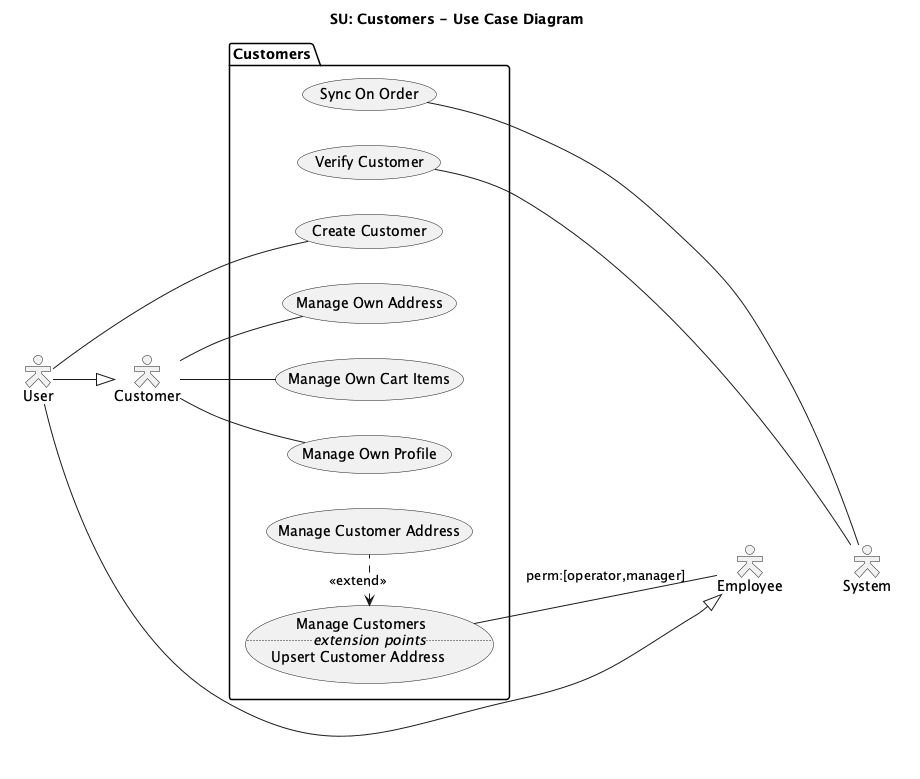
The PlantUML diagram docs/diagrams/exports/use-case-customers.png in draganovik/matterway, before a commit.
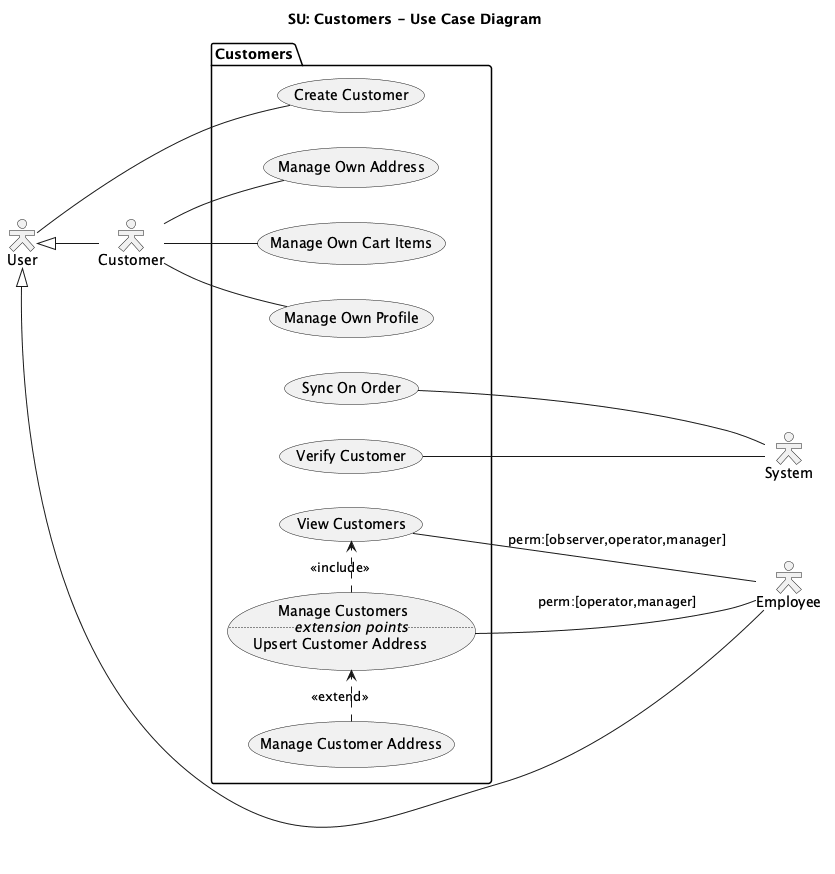
Later version of the same file.

Diff of the diagram source:
```diff
@@ -4,33 +4,38 @@
 skinparam shadowing false
 skinparam actorStyle hollow
 
-rectangle #line:transparent {
+together {
   actor user as "User"
   actor csmr as "Customer"
 }
-rectangle #line:transparent {
+together  {
   actor empl as "Employee"
   actor sysm as "System"
-  empl -[hidden]- sysm
+  sysm -[hidden]l- empl
 }
 
-user --|> csmr
-user --|> empl
+user <|-- csmr
+user <|-- empl
 
 package "Customers" {
+  together {
+    usecase syncOnOrder as "Sync On Order"
+    usecase verifyCustomer as "Verify Customer"
+  }
+
   usecase createCustomer as "Create Customer"
   usecase manageOwnProfile as "Manage Own Profile"
   usecase manageOwnAddress as "Manage Own Address"
   usecase manageOwnCartItems as "Manage Own Cart Items"
 
-  usecase syncOnOrder as "Sync On Order"
-  usecase verifyCustomer as "Verify Customer"
-
   usecase manageCustomers as "Manage Customers
                               ..<i>extension points</i>..
                               Upsert Customer Address"
+  usecase viewCustomers as "View Customers"
   usecase manageCustomerAddress as "Manage Customer Address"
-  manageCustomerAddress .left.> manageCustomers : <<extend>>
+
+  manageCustomerAddress .r.> manageCustomers : <<extend>>
+  manageCustomers .r.> viewCustomers : <<include>>
 }
 
 user -- createCustomer
@@ -41,5 +46,6 @@
 syncOnOrder -- sysm
 verifyCustomer -- sysm
 
+viewCustomers -- empl : perm:[observer,operator,manager]
 manageCustomers -- empl : perm:[operator,manager]
 @enduml
```
